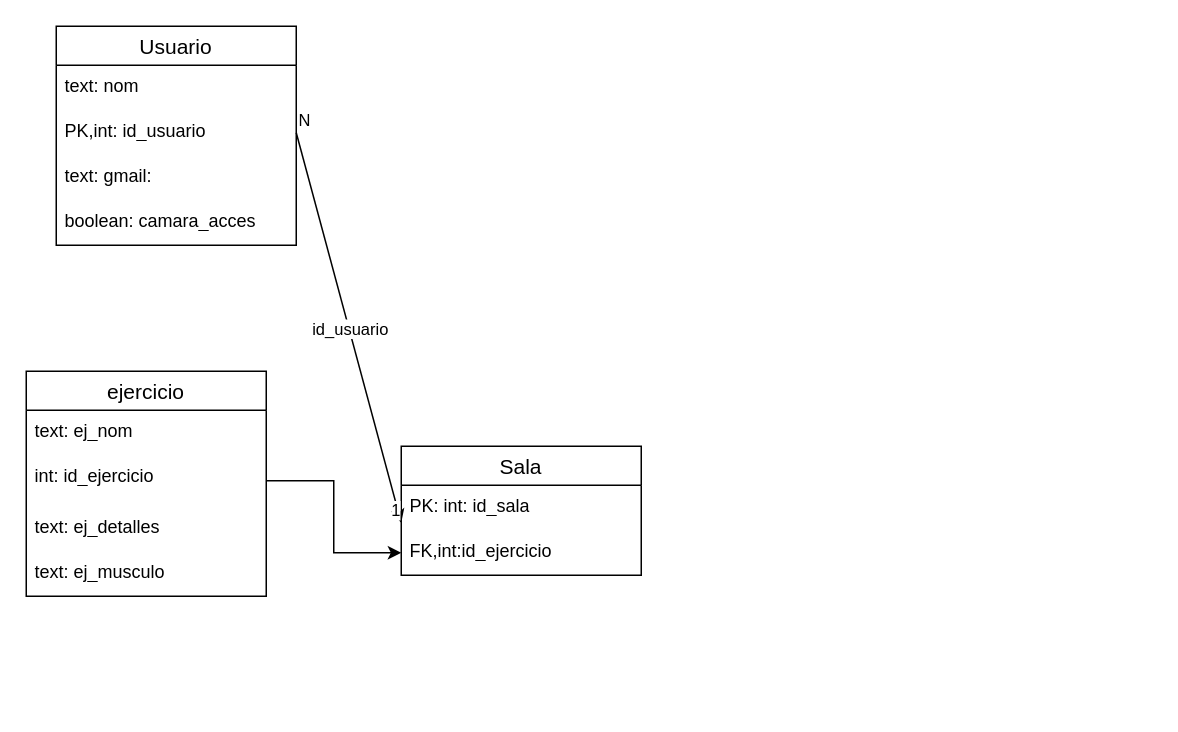
Above: E-R.drawio in inspedralbes/tr1-type-racer-royale-dam_25_26_tr1g6 (draw.io), before the change. Source tidied: cells renumbered, new cells numbered last; positions are measured from the earlier drawing's top-left corner, leaving out a move shared by most shapes. Both pictures are drawn from the tidied source at 150%, with x=0, y=0 at pixel (26, 26).
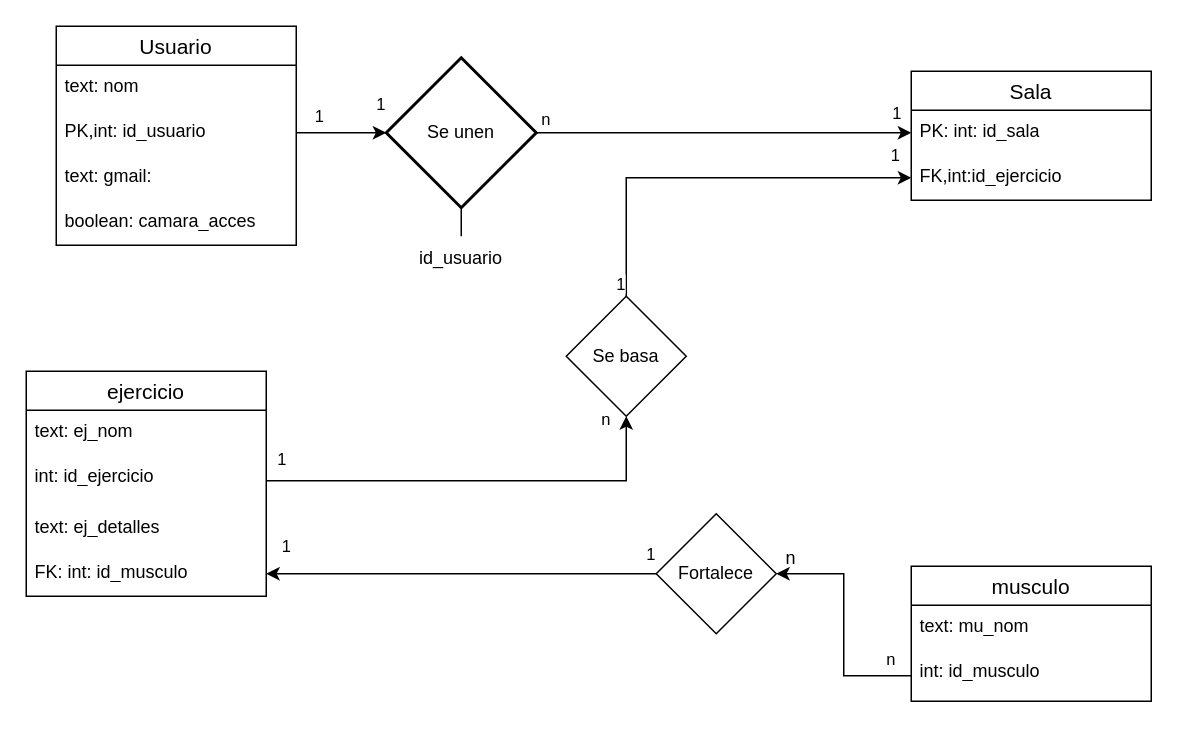
The same page after the edit.

The change refers to these unchanged cells:
```xml
<mxCell id="4" value="PK,int: id_usuario" style="text;strokeColor=none;fillColor=none;spacingLeft=4;spacingRight=4;overflow=hidden;points=[[0,0.5],[1,0.5]];portConstraint=eastwest;fontSize=12;whiteSpace=wrap;html=1;" parent="2" vertex="1">
  <mxGeometry y="56" width="160" height="30" as="geometry" />
</mxCell>
<mxCell id="7" value="ejercicio" style="swimlane;fontStyle=0;horizontal=1;startSize=26;align=center;fontSize=14;" parent="1" vertex="1">
  <mxGeometry y="230" width="160" height="150" as="geometry" />
</mxCell>
<mxCell id="9" value="int: id_ejercicio" style="text;strokeColor=none;fillColor=none;spacingLeft=4;spacingRight=4;overflow=hidden;points=[[0,0.5],[1,0.5]];portConstraint=eastwest;fontSize=12;whiteSpace=wrap;html=1;" parent="7" vertex="1">
  <mxGeometry y="56" width="160" height="34" as="geometry" />
</mxCell>
<mxCell id="13" value="PK: int: id_sala" style="text;strokeColor=none;fillColor=none;spacingLeft=4;spacingRight=4;overflow=hidden;points=[[0,0.5],[1,0.5]];portConstraint=eastwest;fontSize=12;whiteSpace=wrap;html=1;" parent="12" vertex="1">
  <mxGeometry y="26" width="160" height="30" as="geometry" />
</mxCell>
<mxCell id="14" value="FK,int:id_ejercicio" style="text;strokeColor=none;fillColor=none;spacingLeft=4;spacingRight=4;overflow=hidden;points=[[0,0.5],[1,0.5]];portConstraint=eastwest;fontSize=12;whiteSpace=wrap;html=1;" parent="12" vertex="1">
  <mxGeometry y="56" width="160" height="30" as="geometry" />
</mxCell>
```

Change to the diagram source:
```diff
@@
-    <mxCell id="11" value="text: ej_musculo" style="text;strokeColor=none;fillColor=none;spacingLeft=4;spacingRight=4;overflow=hidden;points=[[0,0.5],[1,0.5]];portConstraint=eastwest;fontSize=12;whiteSpace=wrap;html=1;" parent="7" vertex="1">
+    <mxCell id="11" value="FK: int: id_musculo" style="text;strokeColor=none;fillColor=none;spacingLeft=4;spacingRight=4;overflow=hidden;points=[[0,0.5],[1,0.5]];portConstraint=eastwest;fontSize=12;whiteSpace=wrap;html=1;" parent="7" vertex="1">
       <mxGeometry y="120" width="160" height="30" as="geometry" />
     </mxCell>
     <mxCell id="12" value="Sala" style="swimlane;fontStyle=0;horizontal=1;startSize=26;align=center;fontSize=14;" parent="1" vertex="1">
-      <mxGeometry x="250" y="280" width="160" height="86" as="geometry" />
+      <mxGeometry x="590" y="30" width="160" height="86" as="geometry" />
     </mxCell>
@@
-    <mxCell id="15" style="endArrow=classic;html=1;rounded=0;exitX=1;exitY=0.5;exitDx=0;exitDy=0;entryX=0;entryY=0.5;entryDx=0;entryDy=0;" parent="1" edge="1" source="4">
-      <mxGeometry relative="1" as="geometry">
-        <mxPoint x="250" y="331" as="targetPoint" />
-      </mxGeometry>
+    <mxCell id="15" style="endArrow=classic;html=1;rounded=0;exitX=1;exitY=0.5;exitDx=0;exitDy=0;entryX=0;entryY=0.5;entryDx=0;entryDy=0;entryPerimeter=0;" parent="1" edge="1" source="4" target="30">
+      <mxGeometry relative="1" as="geometry" />
     </mxCell>
+    <mxCell id="19" style="edgeStyle=orthogonalEdgeStyle;rounded=0;jettySize=auto;html=1;entryX=0.5;entryY=1;entryDx=0;entryDy=0;" parent="1" edge="1" source="9" target="38">
+      <mxGeometry relative="1" as="geometry" />
+    </mxCell>
+    <mxCell id="20" value="musculo" style="swimlane;fontStyle=0;horizontal=1;startSize=26;align=center;fontSize=14;" parent="1" vertex="1">
+      <mxGeometry x="590" y="360" width="160" height="90" as="geometry" />
+    </mxCell>
+    <mxCell id="21" value="text: mu_nom" style="text;strokeColor=none;fillColor=none;spacingLeft=4;spacingRight=4;overflow=hidden;fontSize=12;whiteSpace=wrap;html=1;" parent="20" vertex="1">
+      <mxGeometry y="26" width="160" height="30" as="geometry" />
+    </mxCell>
+    <mxCell id="22" value="int: id_musculo" style="text;strokeColor=none;fillColor=none;spacingLeft=4;spacingRight=4;overflow=hidden;points=[[0,0.5],[1,0.5]];portConstraint=eastwest;fontSize=12;whiteSpace=wrap;html=1;" parent="20" vertex="1">
+      <mxGeometry y="56" width="160" height="34" as="geometry" />
+    </mxCell>
+    <mxCell id="23" style="edgeStyle=orthogonalEdgeStyle;rounded=0;jettySize=auto;html=1;exitX=0;exitY=0.5;exitDx=0;exitDy=0;entryX=1;entryY=0.5;entryDx=0;entryDy=0;" parent="1" edge="1" source="22" target="34">
+      <mxGeometry relative="1" as="geometry" />
+    </mxCell>
+    <mxCell id="24" value="n" style="edgeLabel;html=1;align=right;verticalAlign=bottom;" parent="1" vertex="1">
+      <mxGeometry x="580" y="430" as="geometry" />
+    </mxCell>
+    <mxCell id="25" value="1" style="edgeLabel;html=1;align=right;verticalAlign=bottom;" parent="1" vertex="1">
+      <mxGeometry x="240" y="320" as="geometry">
+        <mxPoint x="-63" y="35" as="offset" />
+      </mxGeometry>
+    </mxCell>
+    <mxCell id="26" value="1" style="edgeLabel;html=1;align=right;verticalAlign=bottom;" parent="1" vertex="1">
+      <mxGeometry x="190" y="230" as="geometry">
+        <mxPoint x="-16" y="67" as="offset" />
+      </mxGeometry>
+    </mxCell>
+    <mxCell id="27" value="1" style="edgeLabel;html=1;align=right;verticalAlign=bottom;" parent="1" vertex="1">
+      <mxGeometry x="540" y="146" as="geometry">
+        <mxPoint x="43" y="-52" as="offset" />
+      </mxGeometry>
+    </mxCell>
+    <mxCell id="28" style="edgeStyle=orthogonalEdgeStyle;rounded=0;jettySize=auto;html=1;exitX=1;exitY=0.5;exitDx=0;exitDy=0;exitPerimeter=0;entryX=0;entryY=0.5;entryDx=0;entryDy=0;" parent="1" edge="1" source="30" target="13">
+      <mxGeometry relative="1" as="geometry" />
+    </mxCell>
+    <mxCell id="29" style="edgeStyle=orthogonalEdgeStyle;rounded=0;jettySize=auto;html=1;exitX=0.5;exitY=1;exitDx=0;exitDy=0;exitPerimeter=0;endArrow=none;endFill=0;" parent="1" edge="1" source="30">
+      <mxGeometry relative="1" as="geometry">
+        <mxPoint x="290" y="140" as="targetPoint" />
+      </mxGeometry>
+    </mxCell>
+    <mxCell id="30" value="Se unen" style="strokeWidth=2;html=1;shape=mxgraph.flowchart.decision;whiteSpace=wrap;" parent="1" vertex="1">
+      <mxGeometry x="240" y="21" width="100" height="100" as="geometry" />
+    </mxCell>
+    <mxCell id="31" value="1" style="edgeLabel;html=1;align=right;verticalAlign=bottom;" parent="1" vertex="1">
+      <mxGeometry x="590" y="90" as="geometry">
+        <mxPoint x="-6" y="-24" as="offset" />
+      </mxGeometry>
+    </mxCell>
+    <mxCell id="32" value="1" style="edgeLabel;html=1;align=right;verticalAlign=bottom;" parent="1" vertex="1">
+      <mxGeometry x="200" y="70" as="geometry">
+        <mxPoint x="-1" y="-2" as="offset" />
+      </mxGeometry>
+    </mxCell>
-    <mxCell id="16" value="id_usuario" style="edgeLabel;html=1;align=center;verticalAlign=middle;" parent="15" vertex="1">
-      <mxGeometry relative="1" as="geometry" />
+    <mxCell id="16" value="id_usuario" style="text;html=1;whiteSpace=wrap;strokeColor=none;fillColor=none;align=center;verticalAlign=middle;rounded=0;" parent="1" vertex="1">
+      <mxGeometry x="260" y="140" width="60" height="30" as="geometry" />
     </mxCell>
-    <mxCell id="17" value="N" style="edgeLabel;html=1;align=left;verticalAlign=bottom;" parent="15" vertex="1">
-      <mxGeometry x="-1" relative="1" as="geometry" />
-    </mxCell>
-    <mxCell id="18" value="1" style="edgeLabel;html=1;align=right;verticalAlign=bottom;" parent="15" vertex="1">
-      <mxGeometry x="1" relative="1" as="geometry" />
-    </mxCell>
-    <mxCell id="19" style="edgeStyle=orthogonalEdgeStyle;rounded=0;jettySize=auto;html=1;entryX=0;entryY=0.5;entryDx=0;entryDy=0;" parent="1" edge="1" source="9" target="14">
-      <mxGeometry relative="1" as="geometry" />
-    </mxCell>
+    <mxCell id="33" style="edgeStyle=orthogonalEdgeStyle;rounded=0;jettySize=auto;html=1;exitX=0;exitY=0.5;exitDx=0;exitDy=0;entryX=1;entryY=0.5;entryDx=0;entryDy=0;" parent="1" edge="1" source="34" target="11">
+      <mxGeometry relative="1" as="geometry" />
+    </mxCell>
+    <mxCell id="34" value="Fortalece" style="rhombus;whiteSpace=wrap;html=1;" parent="1" vertex="1">
+      <mxGeometry x="420" y="325" width="80" height="80" as="geometry" />
+    </mxCell>
+    <mxCell id="35" value="1" style="edgeLabel;html=1;align=right;verticalAlign=bottom;" parent="1" vertex="1">
+      <mxGeometry x="240" y="60" as="geometry" />
+    </mxCell>
+    <mxCell id="36" value="n" style="edgeLabel;html=1;align=right;verticalAlign=bottom;" parent="1" vertex="1">
+      <mxGeometry x="350" y="70" as="geometry" />
+    </mxCell>
+    <mxCell id="37" style="edgeStyle=orthogonalEdgeStyle;rounded=0;jettySize=auto;html=1;exitX=0.5;exitY=0;exitDx=0;exitDy=0;entryX=0;entryY=0.5;entryDx=0;entryDy=0;" parent="1" edge="1" source="38" target="14">
+      <mxGeometry relative="1" as="geometry" />
+    </mxCell>
+    <mxCell id="38" value="Se basa" style="rhombus;whiteSpace=wrap;html=1;" parent="1" vertex="1">
+      <mxGeometry x="360" y="180" width="80" height="80" as="geometry" />
+    </mxCell>
+    <mxCell id="39" value="n" style="edgeLabel;html=1;align=right;verticalAlign=bottom;" parent="1" vertex="1">
+      <mxGeometry x="390" y="270" as="geometry" />
+    </mxCell>
+    <mxCell id="40" value="1" style="edgeLabel;html=1;align=right;verticalAlign=bottom;" parent="1" vertex="1">
+      <mxGeometry x="400" y="180" as="geometry" />
+    </mxCell>
+    <mxCell id="41" value="1" style="edgeLabel;html=1;align=right;verticalAlign=bottom;" parent="1" vertex="1">
+      <mxGeometry x="420" y="360" as="geometry" />
+    </mxCell>
+    <mxCell id="42" value="n" style="text;html=1;whiteSpace=wrap;strokeColor=none;fillColor=none;align=center;verticalAlign=middle;rounded=0;" parent="1" vertex="1">
+      <mxGeometry x="480" y="340" width="60" height="30" as="geometry" />
+    </mxCell>
```
